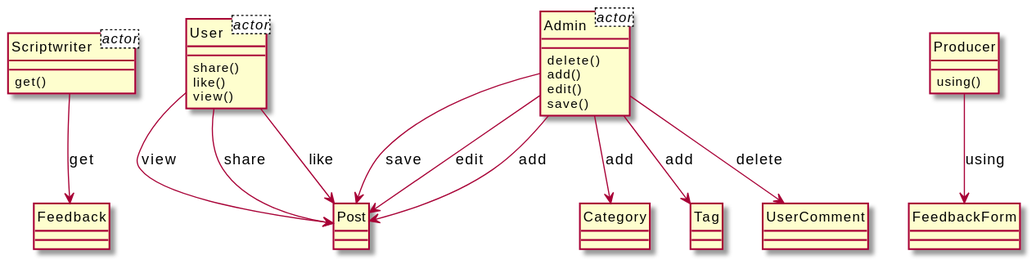
The PlantUML diagram output/diagram_5/2017-USC-Project07.svg in xixixhalu/DomainModelExtractor, before a commit.
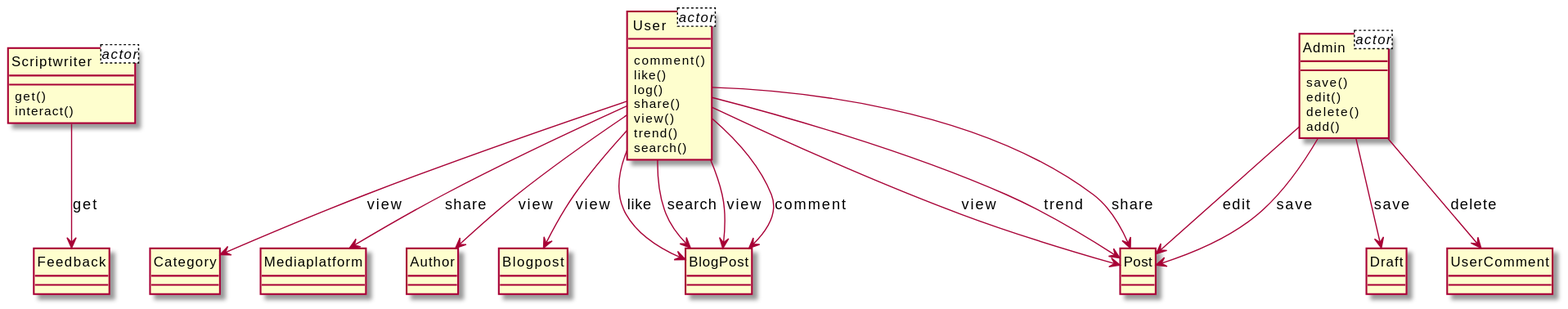
Later version of the same file.

The edit, as a diff of the source:
```diff
@@ -6,44 +6,57 @@
 }
 class Admin<actor> {
 }
-class Producer {
-	using()
+class User {
+	comment()
+	like()
+	log()
+	share()
+	view()
+	trend()
+	search()
 }
-class FeedbackForm {
+class BlogPost {
 }
 class Admin {
+	save()
+	edit()
 	delete()
 	add()
-	edit()
-	save()
+}
+class Draft {
+}
+class Post {
 }
 class Category {
 }
-class Tag {
-}
-class User {
-	share()
-	like()
-	view()
-}
-class Post {
-}
 class Scriptwriter {
 	get()
+	interact()
+}
+class Mediaplatform {
+}
+class Author {
+}
+class Blogpost {
 }
 class Feedback {
 }
 class UserComment {
 }
-User --> Post : view
-Admin --> Tag : add
-Producer --> FeedbackForm : using
+User --> Category : view
+User --> BlogPost : search
+Admin --> Post : edit
+User --> BlogPost : view
+User --> Post : trend
+Admin --> Draft : save
+Admin --> UserComment : delete
+User --> Blogpost : view
+User --> Mediaplatform : share
 User --> Post : share
 Admin --> Post : save
-Admin --> UserComment : delete
-Admin --> Post : edit
-User --> Post : like
-Admin --> Category : add
-Admin --> Post : add
+User --> Post : view
+User --> BlogPost : comment
+User --> BlogPost : like
 Scriptwriter --> Feedback : get
+User --> Author : view
 @enduml
```
